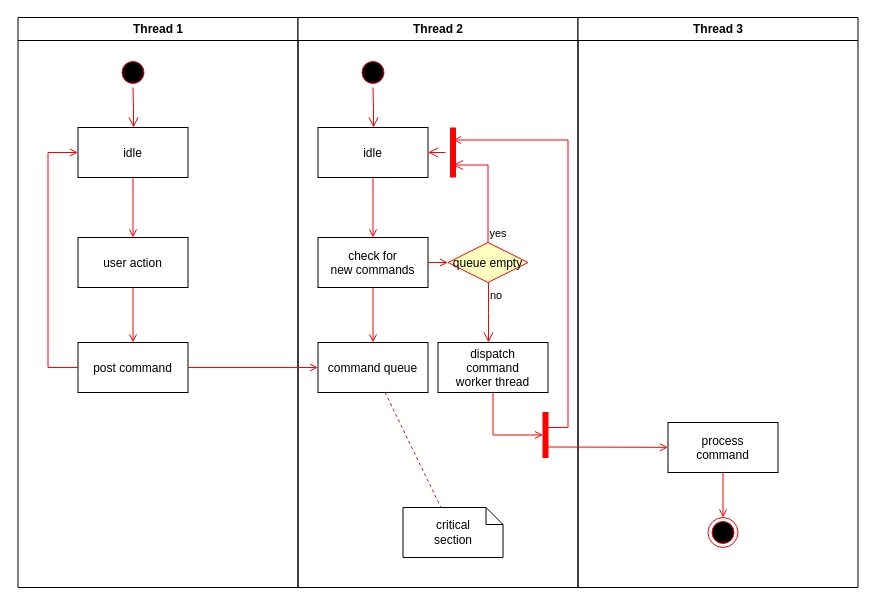
This is mapfiles/Unbenanntes Diagramm.drawio from hwidmann/MD-convert, a draw.io file, before an edit. Source tidied: cells renumbered, new cells numbered last; positions are measured from the earlier drawing's top-left corner, leaving out a move shared by most shapes. Both pictures are drawn from the tidied source at 100%, with x=0, y=0 at pixel (17, 17).
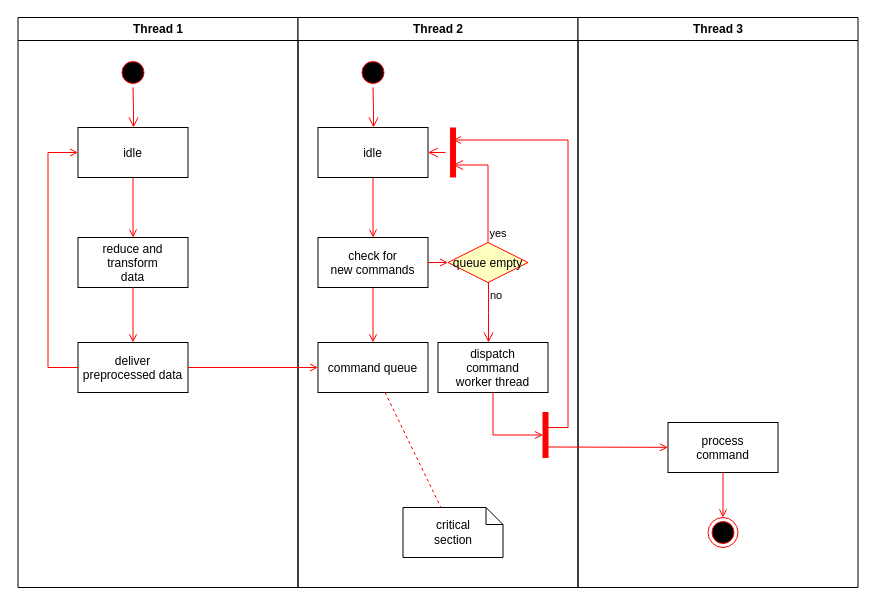
The same page after the edit.

Unchanged cells that the change refers to:
```xml
<mxCell id="2" value="Thread 1" style="swimlane;whiteSpace=wrap;" parent="1" vertex="1">
  <mxGeometry x="0.5" width="280" height="570" as="geometry" />
</mxCell>
```

What changed in the source:
```diff
@@
-    <mxCell id="6" value="user action" parent="2" vertex="1">
+    <mxCell id="6" value="reduce and &#10;transform&#10;data" parent="2" vertex="1">
       <mxGeometry x="60" y="220" width="110" height="50" as="geometry" />
     </mxCell>
@@
-    <mxCell id="8" value="post command" parent="2" vertex="1">
+    <mxCell id="8" value="deliver &#10;preprocessed data" parent="2" vertex="1">
       <mxGeometry x="60" y="325" width="110" height="50" as="geometry" />
     </mxCell>
```
